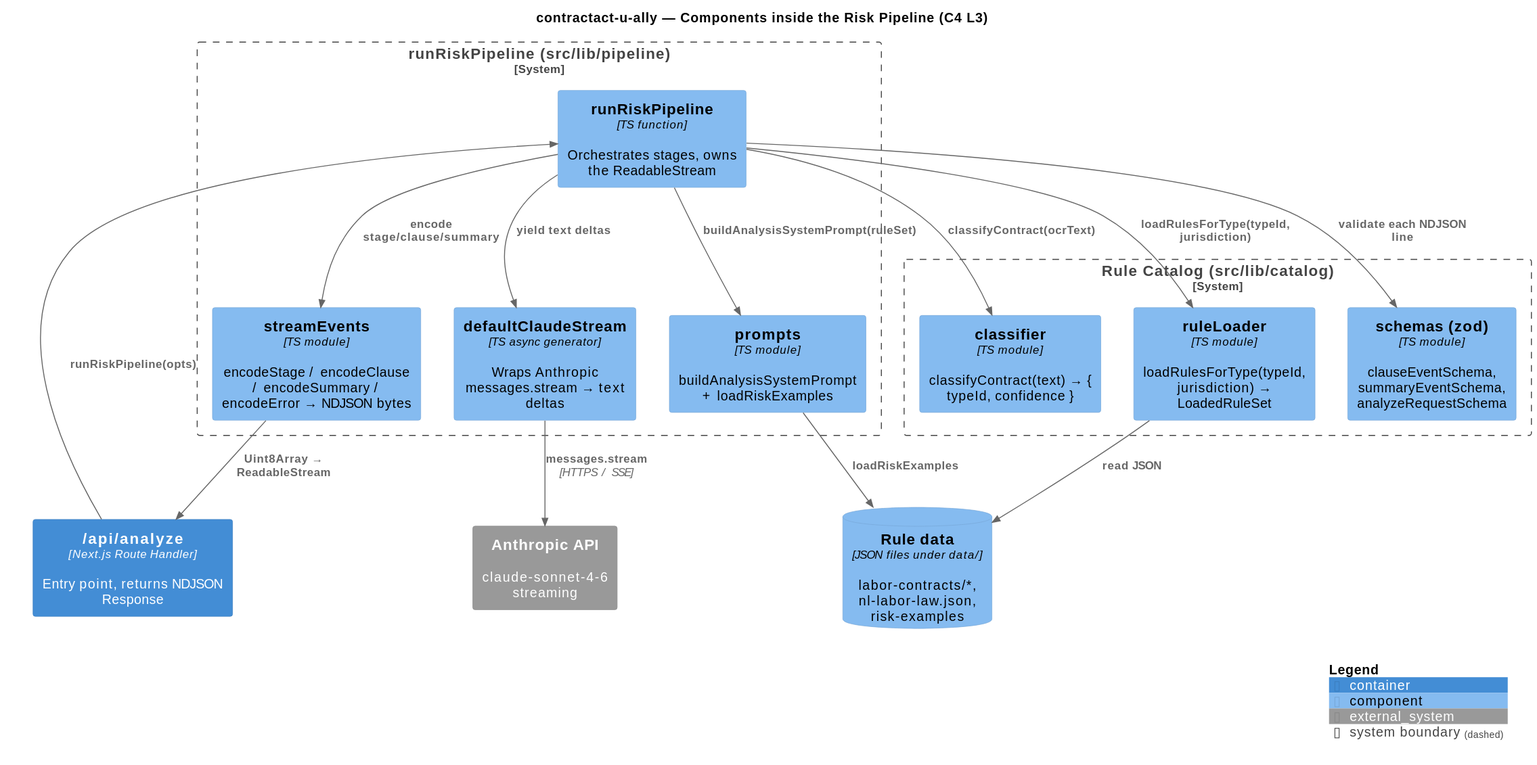
This is docs/diagrams/img/c4-component-pipeline.svg from odere-pro/contractact-u-ally, a PlantUML export, as it was before one commit.
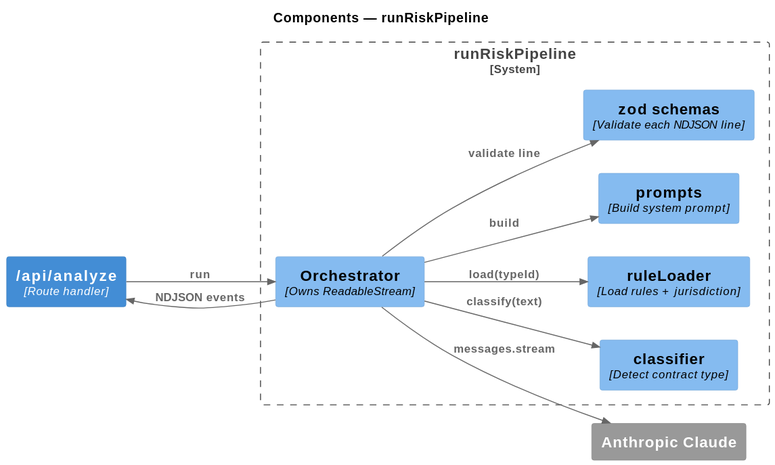
Above is the later version.

The edit, as a diff of the source:
```diff
@@ -1,38 +1,28 @@
 @startuml
 !include https://raw.githubusercontent.com/plantuml-stdlib/C4-PlantUML/v2.10.0/C4_Component.puml
 
-title contractact-u-ally — Components inside the Risk Pipeline (C4 L3)
+LAYOUT_LEFT_RIGHT()
+HIDE_STEREOTYPE()
 
-Container(analyzeApi, "/api/analyze", "Next.js Route Handler", "Entry point, returns NDJSON Response")
+title Components — runRiskPipeline
 
-System_Boundary(pipe, "runRiskPipeline (src/lib/pipeline)") {
-  Component(orch, "runRiskPipeline", "TS function", "Orchestrates stages, owns the ReadableStream")
-  Component(streamFactory, "defaultClaudeStream", "TS async generator", "Wraps Anthropic messages.stream → text deltas")
-  Component(events, "streamEvents", "TS module", "encodeStage / encodeClause / encodeSummary / encodeError → NDJSON bytes")
-  Component(prompts, "prompts", "TS module", "buildAnalysisSystemPrompt + loadRiskExamples")
+Container(analyze, "/api/analyze", "Route handler")
+
+System_Boundary(pipe, "runRiskPipeline") {
+  Component(orch, "Orchestrator", "Owns ReadableStream")
+  Component(classifier, "classifier", "Detect contract type")
+  Component(rules, "ruleLoader", "Load rules + jurisdiction")
+  Component(prompts, "prompts", "Build system prompt")
+  Component(schemas, "zod schemas", "Validate each NDJSON line")
 }
 
-System_Boundary(cat, "Rule Catalog (src/lib/catalog)") {
-  Component(classifier, "classifier", "TS module", "classifyContract(text) → { typeId, confidence }")
-  Component(ruleLoader, "ruleLoader", "TS module", "loadRulesForType(typeId, jurisdiction) → LoadedRuleSet")
-  Component(schemas, "schemas (zod)", "TS module", "clauseEventSchema, summaryEventSchema, analyzeRequestSchema")
-}
+System_Ext(anthropic, "Anthropic Claude")
 
-ComponentDb(rules, "Rule data", "JSON files under data/", "labor-contracts/*, nl-labor-law.json, risk-examples")
-
-System_Ext(anthropic, "Anthropic API", "claude-sonnet-4-6 streaming")
-
-Rel(analyzeApi, orch, "runRiskPipeline(opts)")
-Rel(orch, classifier, "classifyContract(ocrText)")
-Rel(orch, ruleLoader, "loadRulesForType(typeId, jurisdiction)")
-Rel(ruleLoader, rules, "read JSON")
-Rel(orch, prompts, "buildAnalysisSystemPrompt(ruleSet)")
-Rel(prompts, rules, "loadRiskExamples")
-Rel(orch, streamFactory, "yield text deltas")
-Rel(streamFactory, anthropic, "messages.stream", "HTTPS / SSE")
-Rel(orch, schemas, "validate each NDJSON line")
-Rel(orch, events, "encode stage/clause/summary")
-Rel(events, analyzeApi, "Uint8Array → ReadableStream")
-
-SHOW_LEGEND()
+Rel(analyze, orch, "run")
+Rel(orch, classifier, "classify(text)")
+Rel(orch, rules, "load(typeId)")
+Rel(orch, prompts, "build")
+Rel(orch, anthropic, "messages.stream")
+Rel(orch, schemas, "validate line")
+Rel(orch, analyze, "NDJSON events")
 @enduml
```
